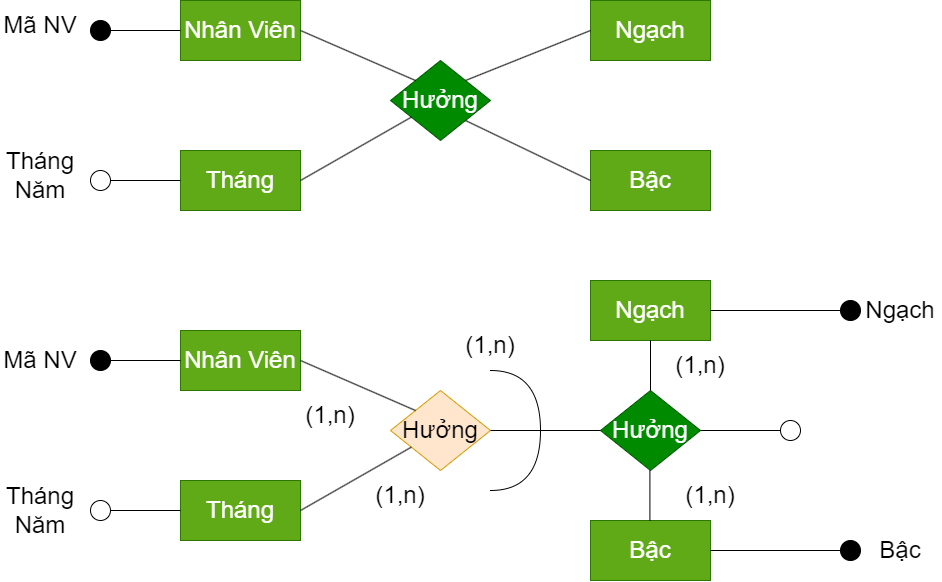
Above: QT2(Chuẩn hóa ER).png in datnham0212/learning (draw.io), before the change. Source tidied: cells renumbered, new cells last; positions are measured from the earlier drawing's top-left corner, leaving out a move shared by most shapes.
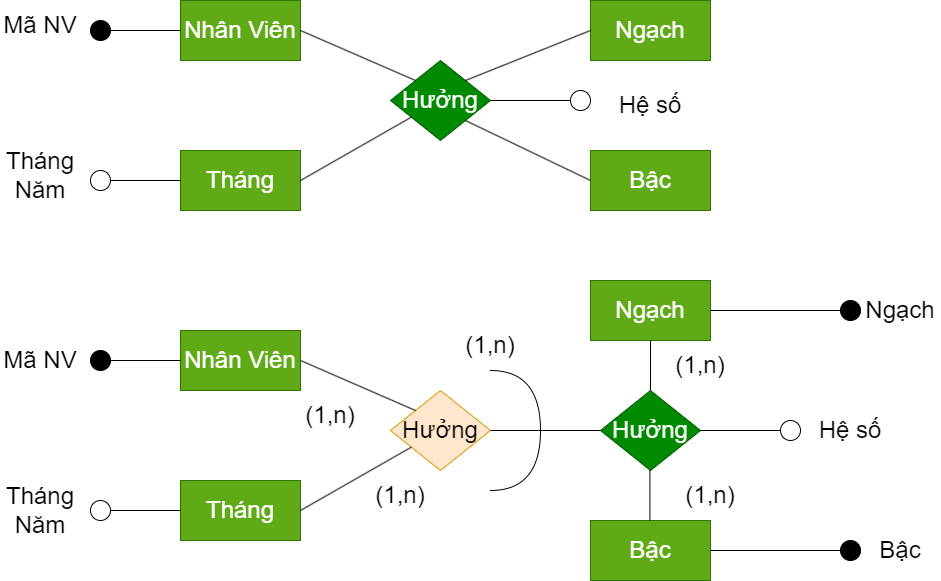
After the commit.

Diff of the diagram source:
```diff
@@ -157,5 +157,19 @@
     <mxCell id="47" value="&lt;font style=&quot;font-size: 24px;&quot;&gt;(1,n)&lt;/font&gt;" style="text;html=1;strokeColor=none;fillColor=none;align=center;verticalAlign=middle;whiteSpace=wrap;rounded=0;fontSize=24;" parent="1" vertex="1">
       <mxGeometry x="670" y="480" width="80" height="30" as="geometry" />
     </mxCell>
+    <mxCell id="48" style="endArrow=none;html=1;rounded=0;exitX=1;exitY=0.5;exitDx=0;exitDy=0;fontSize=24;" parent="1" edge="1" target="49">
+      <mxGeometry relative="1" as="geometry">
+        <mxPoint x="490" y="100" as="sourcePoint" />
+      </mxGeometry>
+    </mxCell>
+    <mxCell id="49" style="ellipse;whiteSpace=wrap;html=1;fontSize=24;fillColor=#FFFFFF;" parent="1" vertex="1">
+      <mxGeometry x="570" y="90" width="20" height="20" as="geometry" />
+    </mxCell>
+    <mxCell id="50" value="&lt;font style=&quot;font-size: 24px;&quot;&gt;Hệ số&lt;/font&gt;" style="text;html=1;strokeColor=none;fillColor=none;align=center;verticalAlign=middle;whiteSpace=wrap;rounded=0;fontSize=24;" parent="1" vertex="1">
+      <mxGeometry x="610" y="90" width="80" height="30" as="geometry" />
+    </mxCell>
+    <mxCell id="51" value="&lt;font style=&quot;font-size: 24px;&quot;&gt;Hệ số&lt;/font&gt;" style="text;html=1;strokeColor=none;fillColor=none;align=center;verticalAlign=middle;whiteSpace=wrap;rounded=0;fontSize=24;" parent="1" vertex="1">
+      <mxGeometry x="810" y="415" width="80" height="30" as="geometry" />
+    </mxCell>
   </root>
 </mxGraphModel>
```
